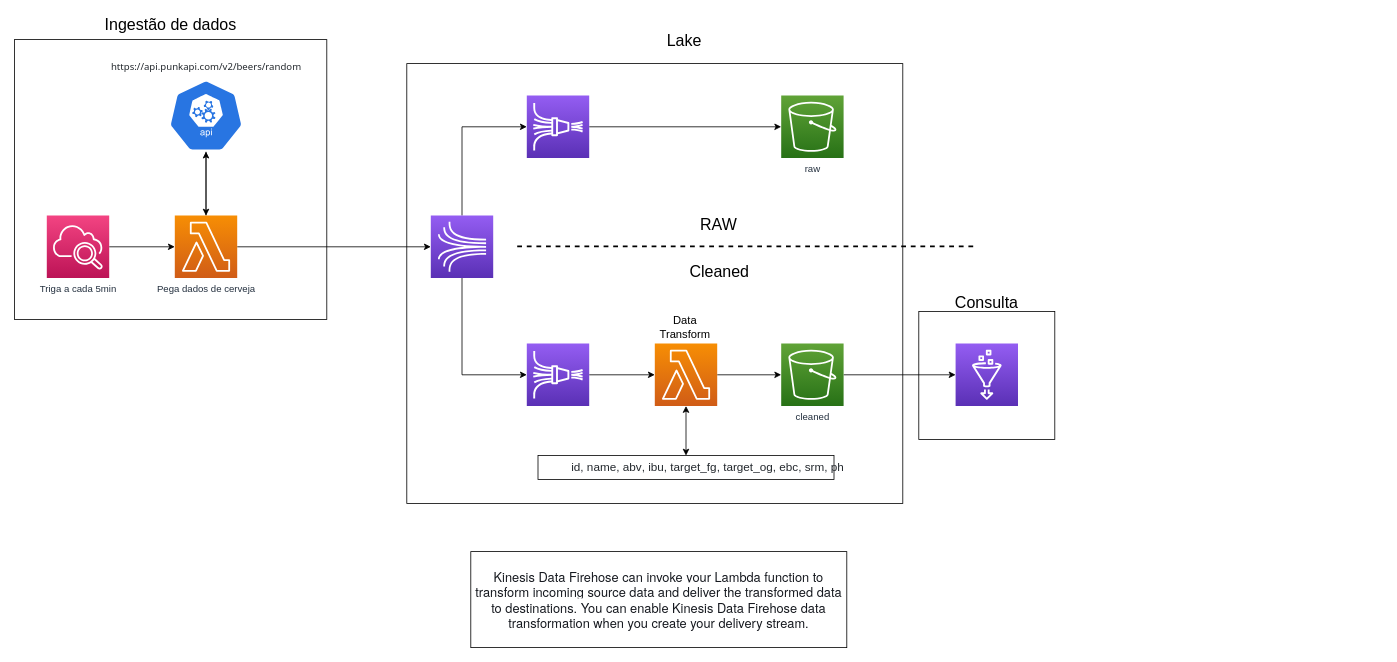
Earlier version of the draw.io diagram figuras/Diagrama.drawio (gabrielclimb/ml_eng_picpay). Source tidied: cells renumbered, new cells numbered last; positions are measured from the earlier drawing's top-left corner, leaving out a move shared by most shapes. Both pictures are drawn from the tidied source at 80%, with x=0, y=0 at pixel (14, 15).
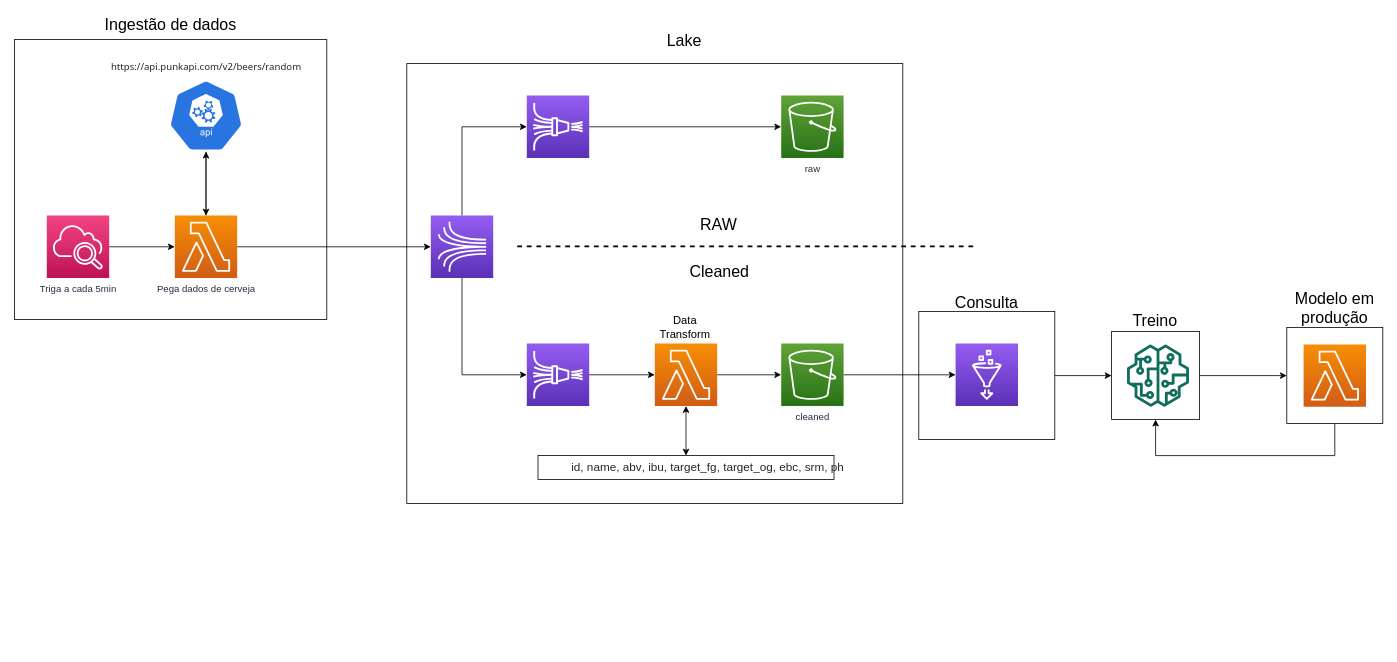
The same page after the edit.

Unchanged cells that the change refers to:
```xml
<mxCell id="2" style="rounded=0;whiteSpace=wrap;html=1;fontFamily=Tahoma;fontSize=12;strokeColor=#000000;fillColor=none;align=right;" parent="1" vertex="1">
  <mxGeometry x="1130" y="370" width="170" height="160" as="geometry" />
</mxCell>
```

Change to the diagram source:
```diff
@@
+    <mxCell id="37" style="edgeStyle=orthogonalEdgeStyle;rounded=0;jettySize=auto;html=1;entryX=0;entryY=0.5;entryDx=0;entryDy=0;" parent="1" edge="1" source="2" target="40">
+      <mxGeometry relative="1" as="geometry" />
+    </mxCell>
@@
-    <mxCell id="24" value="&lt;span style=&quot;color: rgb(22 , 25 , 31) ; font-family: &amp;#34;amazon ember&amp;#34; , &amp;#34;helvetica neue&amp;#34; , &amp;#34;roboto&amp;#34; , &amp;#34;arial&amp;#34; , sans-serif ; font-size: 16px ; background-color: rgb(255 , 255 , 255)&quot;&gt;Kinesis Data Firehose can invoke your Lambda function to transform incoming source data and deliver the transformed data to destinations. You can enable Kinesis Data Firehose data transformation when you create your delivery stream.&lt;/span&gt;" style="whiteSpace=wrap;html=1;" parent="1" vertex="1">
-      <mxGeometry x="570" y="670" width="470" height="120" as="geometry" />
-    </mxCell>
@@
+    <mxCell id="38" style="group;" parent="1" vertex="1">
+      <mxGeometry x="1370" y="370" width="111" height="135" as="geometry" />
+    </mxCell>
+    <mxCell id="39" style="group;" parent="38" vertex="1">
+      <mxGeometry width="111" height="135" as="geometry" />
+    </mxCell>
+    <mxCell id="40" style="whiteSpace=wrap;html=1;fillColor=none;" parent="39" vertex="1">
+      <mxGeometry x="1" y="25" width="110" height="110" as="geometry" />
+    </mxCell>
+    <mxCell id="41" value="&lt;span style=&quot;font-size: 20px&quot;&gt;Treino&lt;/span&gt;" style="text;html=1;strokeColor=none;fillColor=none;align=center;verticalAlign=middle;whiteSpace=wrap;rounded=0;" parent="39" vertex="1">
+      <mxGeometry width="111" height="20" as="geometry" />
+    </mxCell>
+    <mxCell id="42" style="fontColor=#232F3E;gradientColor=none;fillColor=#116D5B;strokeColor=none;dashed=0;verticalLabelPosition=bottom;verticalAlign=top;align=center;html=1;fontSize=12;fontStyle=0;shape=mxgraph.aws4.sagemaker_model;" parent="38" vertex="1">
+      <mxGeometry x="20" y="41" width="78" height="78" as="geometry" />
+    </mxCell>
+    <mxCell id="43" style="edgeStyle=orthogonalEdgeStyle;rounded=0;jettySize=auto;html=1;entryX=0;entryY=0.5;entryDx=0;entryDy=0;" parent="1" edge="1" source="40" target="45">
+      <mxGeometry relative="1" as="geometry" />
+    </mxCell>
+    <mxCell id="44" style="group;" parent="1" vertex="1">
+      <mxGeometry x="1590" y="340" width="120" height="170" as="geometry" />
+    </mxCell>
+    <mxCell id="45" style="whiteSpace=wrap;html=1;fillColor=none;" parent="44" vertex="1">
+      <mxGeometry y="50" width="120" height="120" as="geometry" />
+    </mxCell>
+    <mxCell id="46" style="points=[[0,0,0],[0.25,0,0],[0.5,0,0],[0.75,0,0],[1,0,0],[0,1,0],[0.25,1,0],[0.5,1,0],[0.75,1,0],[1,1,0],[0,0.25,0],[0,0.5,0],[0,0.75,0],[1,0.25,0],[1,0.5,0],[1,0.75,0]];outlineConnect=0;fontColor=#232F3E;gradientColor=#F78E04;gradientDirection=north;fillColor=#D05C17;strokeColor=#ffffff;dashed=0;verticalLabelPosition=bottom;verticalAlign=top;align=center;html=1;fontSize=12;fontStyle=0;shape=mxgraph.aws4.resourceIcon;resIcon=mxgraph.aws4.lambda;" parent="44" vertex="1">
+      <mxGeometry x="21" y="71" width="78" height="78" as="geometry" />
+    </mxCell>
+    <mxCell id="47" value="Modelo em produção" style="text;html=1;strokeColor=none;fillColor=none;align=center;verticalAlign=middle;whiteSpace=wrap;rounded=0;fontSize=20;" parent="44" vertex="1">
+      <mxGeometry x="1.2" width="117.5" height="50" as="geometry" />
+    </mxCell>
+    <mxCell id="48" style="edgeStyle=orthogonalEdgeStyle;rounded=0;orthogonalLoop=1;jettySize=auto;html=1;exitX=0.5;exitY=1;exitDx=0;exitDy=0;exitPerimeter=0;" parent="44" edge="1" source="46" target="46">
+      <mxGeometry relative="1" as="geometry" />
+    </mxCell>
+    <mxCell id="49" style="edgeStyle=orthogonalEdgeStyle;rounded=0;jettySize=auto;html=1;entryX=0.5;entryY=1;entryDx=0;entryDy=0;" parent="1" edge="1" source="45" target="40">
+      <mxGeometry relative="1" as="geometry">
+        <Array as="points">
+          <mxPoint x="1650" y="550" />
+          <mxPoint x="1426" y="550" />
+        </Array>
+      </mxGeometry>
+    </mxCell>
```
